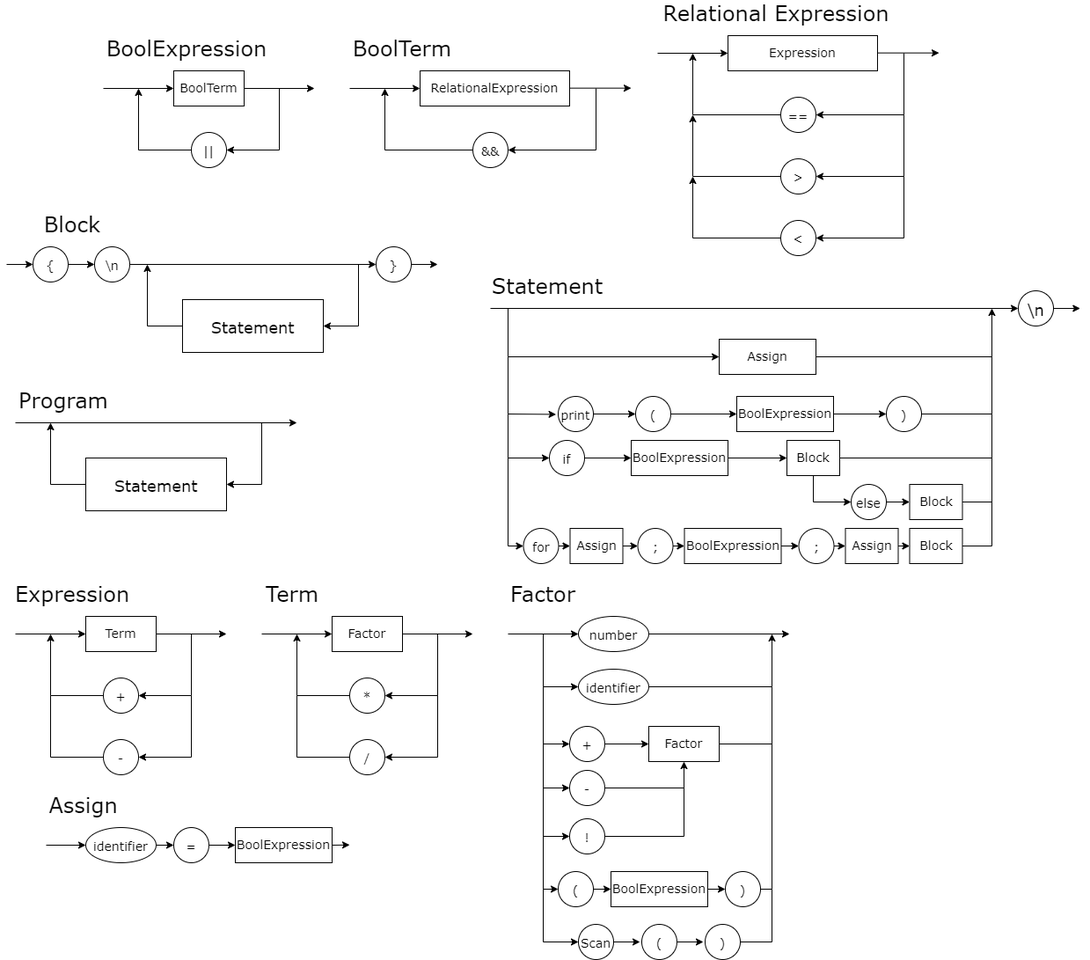
Before: img/diagramaSintatico.png, a diagram exported from draw.io (TiagoSeixas2103/LogicaComputacional). Source tidied: cells renumbered, new cells last; positions are measured from the earlier drawing's top-left corner, leaving out a move shared by most shapes.
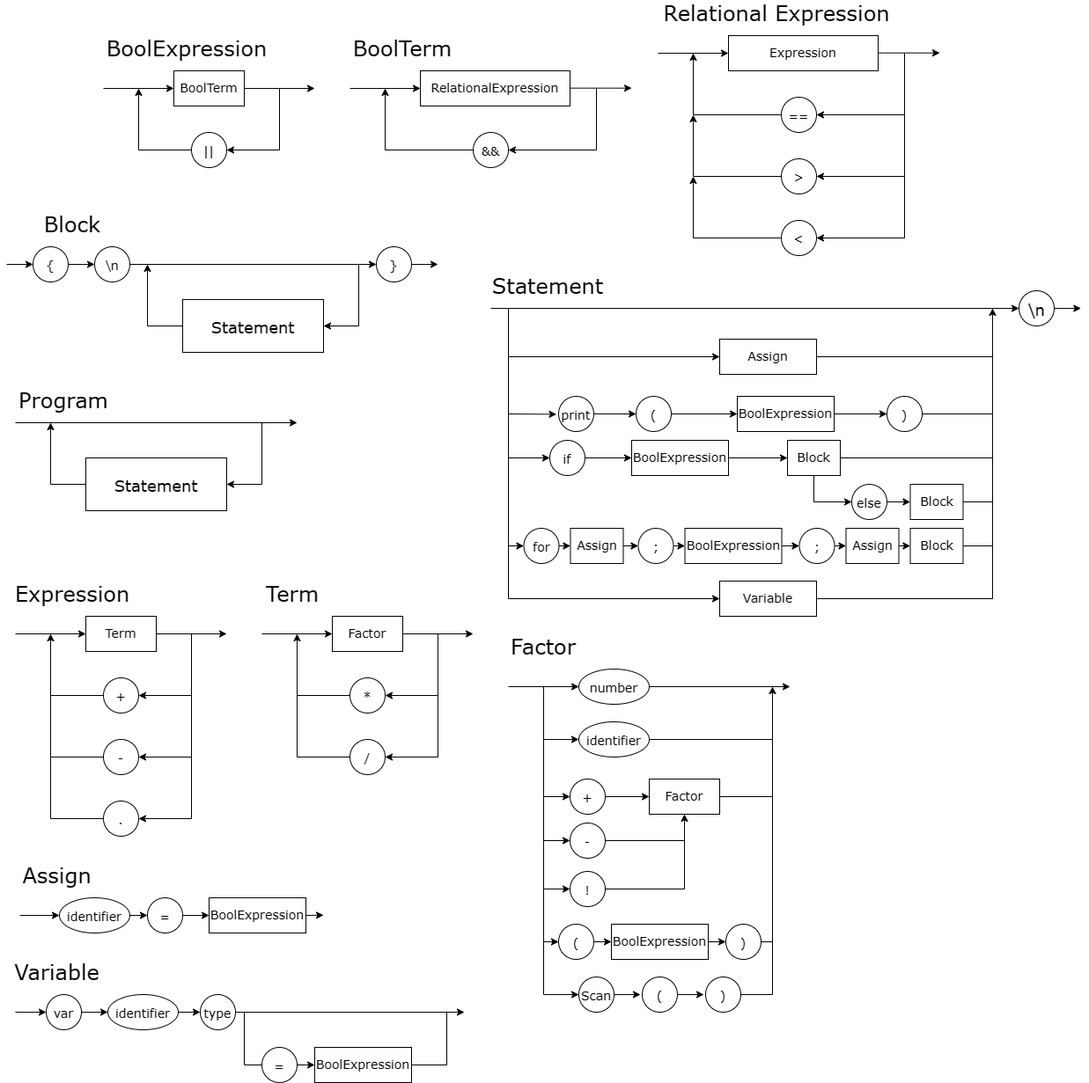
Later version of the same file.

The edit, as a diff of the source:
```diff
@@ -190,4 +190,4 @@
       <mxGeometry relative="1" as="geometry">
-        <mxPoint x="570" y="720" as="sourcePoint" />
-        <mxPoint x="650" y="720" as="targetPoint" />
+        <mxPoint x="570" y="780" as="sourcePoint" />
+        <mxPoint x="650" y="780" as="targetPoint" />
       </mxGeometry>
@@ -195,3 +195,3 @@
     <mxCell id="41" value="&lt;font style=&quot;font-size: 14px;&quot;&gt;number&lt;/font&gt;" style="ellipse;whiteSpace=wrap;html=1;fontFamily=Verdana;fontSize=18;" parent="1" vertex="1">
-      <mxGeometry x="650" y="700" width="80" height="40" as="geometry" />
+      <mxGeometry x="650" y="760" width="80" height="40" as="geometry" />
     </mxCell>
@@ -199,4 +199,4 @@
       <mxGeometry relative="1" as="geometry">
-        <mxPoint x="730" y="720" as="sourcePoint" />
-        <mxPoint x="890" y="720" as="targetPoint" />
+        <mxPoint x="730" y="780" as="sourcePoint" />
+        <mxPoint x="890" y="780" as="targetPoint" />
       </mxGeometry>
@@ -204,3 +204,3 @@
     <mxCell id="43" value="&lt;font style=&quot;font-size: 14px;&quot;&gt;identifier&lt;/font&gt;" style="ellipse;whiteSpace=wrap;html=1;fontFamily=Verdana;fontSize=18;" parent="1" vertex="1">
-      <mxGeometry x="650" y="760" width="80" height="40" as="geometry" />
+      <mxGeometry x="650" y="820" width="80" height="40" as="geometry" />
     </mxCell>
@@ -208,5 +208,5 @@
       <mxGeometry relative="1" as="geometry">
-        <mxPoint x="610" y="720" as="sourcePoint" />
+        <mxPoint x="610" y="780" as="sourcePoint" />
         <Array as="points">
-          <mxPoint x="610" y="780" />
+          <mxPoint x="610" y="840" />
         </Array>
@@ -216,5 +216,5 @@
       <mxGeometry relative="1" as="geometry">
-        <mxPoint x="870" y="720" as="targetPoint" />
+        <mxPoint x="870" y="780" as="targetPoint" />
         <Array as="points">
-          <mxPoint x="870" y="780" />
+          <mxPoint x="870" y="840" />
         </Array>
@@ -223,6 +223,6 @@
     <mxCell id="46" value="&lt;font face=&quot;Verdana&quot; style=&quot;font-size: 24px;&quot;&gt;Factor&lt;/font&gt;" style="text;html=1;strokeColor=none;fillColor=none;align=center;verticalAlign=middle;whiteSpace=wrap;rounded=0;" parent="1" vertex="1">
-      <mxGeometry x="570" y="660" width="80" height="30" as="geometry" />
+      <mxGeometry x="570" y="720" width="80" height="30" as="geometry" />
     </mxCell>
     <mxCell id="47" value="&lt;font style=&quot;font-size: 14px;&quot;&gt;+&lt;/font&gt;" style="ellipse;whiteSpace=wrap;html=1;fontFamily=Verdana;fontSize=18;" parent="1" vertex="1">
-      <mxGeometry x="640" y="825" width="40" height="40" as="geometry" />
+      <mxGeometry x="640" y="885" width="40" height="40" as="geometry" />
     </mxCell>
@@ -230,5 +230,5 @@
       <mxGeometry relative="1" as="geometry">
-        <mxPoint x="610" y="780" as="sourcePoint" />
+        <mxPoint x="610" y="840" as="sourcePoint" />
         <Array as="points">
-          <mxPoint x="610" y="845" />
+          <mxPoint x="610" y="905" />
         </Array>
@@ -237,3 +237,3 @@
     <mxCell id="49" value="&lt;font style=&quot;font-size: 14px;&quot;&gt;-&lt;/font&gt;" style="ellipse;whiteSpace=wrap;html=1;fontFamily=Verdana;fontSize=18;" parent="1" vertex="1">
-      <mxGeometry x="640" y="875" width="40" height="40" as="geometry" />
+      <mxGeometry x="640" y="935" width="40" height="40" as="geometry" />
     </mxCell>
@@ -241,5 +241,5 @@
       <mxGeometry relative="1" as="geometry">
-        <mxPoint x="610" y="840" as="sourcePoint" />
+        <mxPoint x="610" y="900" as="sourcePoint" />
         <Array as="points">
-          <mxPoint x="610" y="895" />
+          <mxPoint x="610" y="955" />
         </Array>
@@ -248,3 +248,3 @@
     <mxCell id="51" value="Factor" style="rounded=0;whiteSpace=wrap;html=1;fontFamily=Verdana;fontSize=14;" parent="1" vertex="1">
-      <mxGeometry x="730" y="825" width="80" height="40" as="geometry" />
+      <mxGeometry x="730" y="885" width="80" height="40" as="geometry" />
     </mxCell>
@@ -256,3 +256,3 @@
         <Array as="points">
-          <mxPoint x="770" y="895" />
+          <mxPoint x="770" y="955" />
         </Array>
@@ -262,5 +262,5 @@
       <mxGeometry relative="1" as="geometry">
-        <mxPoint x="870" y="780" as="targetPoint" />
+        <mxPoint x="870" y="840" as="targetPoint" />
         <Array as="points">
-          <mxPoint x="870" y="845" />
+          <mxPoint x="870" y="905" />
         </Array>
@@ -294,5 +294,5 @@
       <mxGeometry relative="1" as="geometry">
-        <mxPoint x="610" y="890" as="sourcePoint" />
+        <mxPoint x="610" y="950" as="sourcePoint" />
         <Array as="points">
-          <mxPoint x="610" y="1010" />
+          <mxPoint x="610" y="1070" />
         </Array>
@@ -301,6 +301,6 @@
     <mxCell id="59" value="&lt;font style=&quot;font-size: 14px;&quot;&gt;(&lt;/font&gt;" style="ellipse;whiteSpace=wrap;html=1;fontFamily=Verdana;fontSize=18;" parent="1" vertex="1">
-      <mxGeometry x="627" y="990" width="40" height="40" as="geometry" />
+      <mxGeometry x="627" y="1050" width="40" height="40" as="geometry" />
     </mxCell>
     <mxCell id="60" value="BoolExpression" style="rounded=0;whiteSpace=wrap;html=1;fontFamily=Verdana;fontSize=14;" parent="1" vertex="1">
-      <mxGeometry x="687" y="990" width="110" height="40" as="geometry" />
+      <mxGeometry x="687" y="1050" width="110" height="40" as="geometry" />
     </mxCell>
@@ -310,3 +310,3 @@
     <mxCell id="62" value="&lt;font style=&quot;font-size: 14px;&quot;&gt;)&lt;/font&gt;" style="ellipse;whiteSpace=wrap;html=1;fontFamily=Verdana;fontSize=18;" parent="1" vertex="1">
-      <mxGeometry x="817" y="990" width="40" height="40" as="geometry" />
+      <mxGeometry x="817" y="1050" width="40" height="40" as="geometry" />
     </mxCell>
@@ -317,5 +317,5 @@
       <mxGeometry relative="1" as="geometry">
-        <mxPoint x="870" y="840" as="targetPoint" />
+        <mxPoint x="870" y="900" as="targetPoint" />
         <Array as="points">
-          <mxPoint x="870" y="1010" />
+          <mxPoint x="870" y="1070" />
         </Array>
@@ -521,3 +521,3 @@
     <mxCell id="103" value="&lt;font style=&quot;font-size: 14px;&quot;&gt;!&lt;/font&gt;" style="ellipse;whiteSpace=wrap;html=1;fontFamily=Verdana;fontSize=18;" parent="1" vertex="1">
-      <mxGeometry x="640" y="930" width="40" height="40" as="geometry" />
+      <mxGeometry x="640" y="990" width="40" height="40" as="geometry" />
     </mxCell>
@@ -525,3 +525,3 @@
       <mxGeometry relative="1" as="geometry">
-        <mxPoint x="610" y="950" as="sourcePoint" />
+        <mxPoint x="610" y="1010" as="sourcePoint" />
       </mxGeometry>
@@ -530,5 +530,5 @@
       <mxGeometry relative="1" as="geometry">
-        <mxPoint x="770" y="890" as="targetPoint" />
+        <mxPoint x="770" y="950" as="targetPoint" />
         <Array as="points">
-          <mxPoint x="770" y="950" />
+          <mxPoint x="770" y="1010" />
         </Array>
@@ -538,6 +538,6 @@
       <mxGeometry relative="1" as="geometry">
-        <mxPoint x="610" y="1010" as="sourcePoint" />
-        <mxPoint x="650" y="1070" as="targetPoint" />
+        <mxPoint x="610" y="1070" as="sourcePoint" />
+        <mxPoint x="650" y="1130" as="targetPoint" />
         <Array as="points">
-          <mxPoint x="610" y="1070" />
+          <mxPoint x="610" y="1130" />
         </Array>
@@ -546,3 +546,3 @@
     <mxCell id="107" value="&lt;font style=&quot;font-size: 14px;&quot;&gt;Scan&lt;/font&gt;" style="ellipse;whiteSpace=wrap;html=1;fontFamily=Verdana;fontSize=18;" parent="1" vertex="1">
-      <mxGeometry x="650" y="1050" width="40" height="40" as="geometry" />
+      <mxGeometry x="650" y="1110" width="40" height="40" as="geometry" />
     </mxCell>
@@ -550,3 +550,3 @@
       <mxGeometry relative="1" as="geometry">
-        <mxPoint x="720" y="1070" as="targetPoint" />
+        <mxPoint x="720" y="1130" as="targetPoint" />
       </mxGeometry>
@@ -554,3 +554,3 @@
     <mxCell id="109" value="&lt;font style=&quot;font-size: 14px;&quot;&gt;(&lt;/font&gt;" style="ellipse;whiteSpace=wrap;html=1;fontFamily=Verdana;fontSize=18;" parent="1" vertex="1">
-      <mxGeometry x="722" y="1050" width="40" height="40" as="geometry" />
+      <mxGeometry x="722" y="1110" width="40" height="40" as="geometry" />
     </mxCell>
@@ -558,4 +558,4 @@
       <mxGeometry relative="1" as="geometry">
-        <mxPoint x="762" y="1070" as="sourcePoint" />
-        <mxPoint x="792" y="1070" as="targetPoint" />
+        <mxPoint x="762" y="1130" as="sourcePoint" />
+        <mxPoint x="792" y="1130" as="targetPoint" />
       </mxGeometry>
@@ -563,3 +563,3 @@
     <mxCell id="111" value="&lt;font style=&quot;font-size: 14px;&quot;&gt;)&lt;/font&gt;" style="ellipse;whiteSpace=wrap;html=1;fontFamily=Verdana;fontSize=18;" parent="1" vertex="1">
-      <mxGeometry x="794" y="1050" width="40" height="40" as="geometry" />
+      <mxGeometry x="794" y="1110" width="40" height="40" as="geometry" />
     </mxCell>
@@ -567,5 +567,5 @@
       <mxGeometry relative="1" as="geometry">
-        <mxPoint x="870" y="1010" as="targetPoint" />
+        <mxPoint x="870" y="1070" as="targetPoint" />
         <Array as="points">
-          <mxPoint x="870" y="1070" />
+          <mxPoint x="870" y="1130" />
         </Array>
@@ -598,3 +598,3 @@
       <mxGeometry relative="1" as="geometry">
-        <mxPoint x="45" y="960" as="sourcePoint" />
+        <mxPoint x="15" y="1040" as="sourcePoint" />
       </mxGeometry>
@@ -603,3 +603,3 @@
       <mxGeometry relative="1" as="geometry">
-        <mxPoint x="390" y="959.8" as="targetPoint" />
+        <mxPoint x="360" y="1039.8" as="targetPoint" />
       </mxGeometry>
@@ -607,6 +607,6 @@
     <mxCell id="121" value="&lt;font face=&quot;Verdana&quot; style=&quot;font-size: 24px;&quot;&gt;Assign&lt;/font&gt;" style="text;html=1;strokeColor=none;fillColor=none;align=center;verticalAlign=middle;whiteSpace=wrap;rounded=0;" parent="1" vertex="1">
-      <mxGeometry x="45" y="900" width="85" height="30" as="geometry" />
+      <mxGeometry x="15" y="980" width="85" height="30" as="geometry" />
     </mxCell>
     <mxCell id="122" value="&lt;font style=&quot;font-size: 14px;&quot;&gt;identifier&lt;/font&gt;" style="ellipse;whiteSpace=wrap;html=1;fontFamily=Verdana;fontSize=18;" parent="1" vertex="1">
-      <mxGeometry x="90" y="940" width="80" height="40" as="geometry" />
+      <mxGeometry x="60" y="1020" width="80" height="40" as="geometry" />
     </mxCell>
@@ -616,3 +616,3 @@
     <mxCell id="124" value="&lt;font style=&quot;font-size: 14px;&quot;&gt;=&lt;/font&gt;" style="ellipse;whiteSpace=wrap;html=1;fontFamily=Verdana;fontSize=18;" parent="1" vertex="1">
-      <mxGeometry x="190" y="940" width="40" height="40" as="geometry" />
+      <mxGeometry x="160" y="1020" width="40" height="40" as="geometry" />
     </mxCell>
@@ -620,3 +620,3 @@
       <mxGeometry relative="1" as="geometry">
-        <mxPoint x="295" y="959.7" as="sourcePoint" />
+        <mxPoint x="265" y="1039.7" as="sourcePoint" />
       </mxGeometry>
@@ -624,3 +624,3 @@
     <mxCell id="126" value="BoolExpression" style="rounded=0;whiteSpace=wrap;html=1;fontFamily=Verdana;fontSize=14;" parent="1" vertex="1">
-      <mxGeometry x="260" y="940" width="110" height="40" as="geometry" />
+      <mxGeometry x="230" y="1020" width="110" height="40" as="geometry" />
     </mxCell>
@@ -719,2 +719,98 @@
     </mxCell>
+    <mxCell id="149" value="&lt;font style=&quot;font-size: 14px;&quot;&gt;.&lt;/font&gt;" style="ellipse;whiteSpace=wrap;html=1;fontFamily=Verdana;fontSize=18;" parent="1" vertex="1">
+      <mxGeometry x="110" y="910" width="40" height="40" as="geometry" />
+    </mxCell>
+    <mxCell id="150" style="endArrow=classic;html=1;rounded=0;entryX=1;entryY=0.5;entryDx=0;entryDy=0;" parent="1" edge="1" target="149">
+      <mxGeometry relative="1" as="geometry">
+        <mxPoint x="210" y="860" as="sourcePoint" />
+        <Array as="points">
+          <mxPoint x="210" y="930" />
+        </Array>
+      </mxGeometry>
+    </mxCell>
+    <mxCell id="151" style="endArrow=none;html=1;rounded=0;entryX=0;entryY=0.5;entryDx=0;entryDy=0;" parent="1" edge="1" target="149">
+      <mxGeometry relative="1" as="geometry">
+        <mxPoint x="50" y="860" as="sourcePoint" />
+        <Array as="points">
+          <mxPoint x="50" y="930" />
+        </Array>
+      </mxGeometry>
+    </mxCell>
+    <mxCell id="152" style="endArrow=classic;html=1;rounded=0;fontFamily=Verdana;fontSize=18;entryX=0;entryY=0.5;entryDx=0;entryDy=0;" parent="1" edge="1" target="153">
+      <mxGeometry relative="1" as="geometry">
+        <mxPoint x="570" y="610" as="sourcePoint" />
+        <Array as="points">
+          <mxPoint x="570" y="680" />
+        </Array>
+      </mxGeometry>
+    </mxCell>
+    <mxCell id="153" value="Variable" style="rounded=0;whiteSpace=wrap;html=1;fontFamily=Verdana;fontSize=14;" parent="1" vertex="1">
+      <mxGeometry x="810" y="660" width="110" height="40" as="geometry" />
+    </mxCell>
+    <mxCell id="154" style="endArrow=none;html=1;rounded=0;exitX=1;exitY=0.5;exitDx=0;exitDy=0;" parent="1" edge="1" source="153">
+      <mxGeometry relative="1" as="geometry">
+        <mxPoint x="1120" y="620" as="targetPoint" />
+        <Array as="points">
+          <mxPoint x="1120" y="680" />
+        </Array>
+      </mxGeometry>
+    </mxCell>
+    <mxCell id="155" style="endArrow=classic;html=1;rounded=0;fontFamily=Verdana;fontSize=14;entryX=0;entryY=0.5;entryDx=0;entryDy=0;exitX=1;exitY=0.5;exitDx=0;exitDy=0;" parent="1" edge="1" source="163" target="157">
+      <mxGeometry relative="1" as="geometry" />
+    </mxCell>
+    <mxCell id="156" value="&lt;font face=&quot;Verdana&quot; style=&quot;font-size: 24px;&quot;&gt;Variable&lt;/font&gt;" style="text;html=1;strokeColor=none;fillColor=none;align=center;verticalAlign=middle;whiteSpace=wrap;rounded=0;" parent="1" vertex="1">
+      <mxGeometry x="15" y="1090" width="85" height="30" as="geometry" />
+    </mxCell>
+    <mxCell id="157" value="&lt;font style=&quot;font-size: 14px;&quot;&gt;identifier&lt;/font&gt;" style="ellipse;whiteSpace=wrap;html=1;fontFamily=Verdana;fontSize=18;" parent="1" vertex="1">
+      <mxGeometry x="115" y="1130" width="80" height="40" as="geometry" />
+    </mxCell>
+    <mxCell id="158" value="&lt;font style=&quot;font-size: 14px;&quot;&gt;=&lt;/font&gt;" style="ellipse;whiteSpace=wrap;html=1;fontFamily=Verdana;fontSize=18;" parent="1" vertex="1">
+      <mxGeometry x="290" y="1190" width="40" height="40" as="geometry" />
+    </mxCell>
+    <mxCell id="159" style="endArrow=classic;html=1;rounded=0;fontFamily=Verdana;fontSize=14;exitX=1;exitY=0.5;exitDx=0;exitDy=0;" parent="1" edge="1" target="160">
+      <mxGeometry relative="1" as="geometry">
+        <mxPoint x="385" y="1209.7" as="sourcePoint" />
+      </mxGeometry>
+    </mxCell>
+    <mxCell id="160" value="BoolExpression" style="rounded=0;whiteSpace=wrap;html=1;fontFamily=Verdana;fontSize=14;" parent="1" vertex="1">
+      <mxGeometry x="350" y="1190" width="110" height="40" as="geometry" />
+    </mxCell>
+    <mxCell id="161" style="endArrow=classic;html=1;rounded=0;fontFamily=Verdana;fontSize=14;exitX=1;exitY=0.5;exitDx=0;exitDy=0;entryX=0;entryY=0.5;entryDx=0;entryDy=0;" parent="1" edge="1" source="158" target="160">
+      <mxGeometry relative="1" as="geometry" />
+    </mxCell>
+    <mxCell id="162" style="endArrow=classic;html=1;rounded=0;entryX=0;entryY=0.5;entryDx=0;entryDy=0;exitX=1;exitY=0.5;exitDx=0;exitDy=0;" parent="1" edge="1" target="163">
+      <mxGeometry relative="1" as="geometry">
+        <mxPoint x="10" y="1150" as="sourcePoint" />
+      </mxGeometry>
+    </mxCell>
+    <mxCell id="163" value="&lt;font style=&quot;font-size: 14px;&quot;&gt;var&lt;/font&gt;" style="ellipse;whiteSpace=wrap;html=1;fontFamily=Verdana;fontSize=18;" parent="1" vertex="1">
+      <mxGeometry x="45" y="1130" width="40" height="40" as="geometry" />
+    </mxCell>
+    <mxCell id="164" style="endArrow=classic;html=1;rounded=0;entryX=0;entryY=0.5;entryDx=0;entryDy=0;exitX=1;exitY=0.5;exitDx=0;exitDy=0;" parent="1" edge="1" source="157" target="165">
+      <mxGeometry relative="1" as="geometry" />
+    </mxCell>
+    <mxCell id="165" value="&lt;font style=&quot;font-size: 14px;&quot;&gt;type&lt;/font&gt;" style="ellipse;whiteSpace=wrap;html=1;fontFamily=Verdana;fontSize=18;" parent="1" vertex="1">
+      <mxGeometry x="220" y="1130" width="40" height="40" as="geometry" />
+    </mxCell>
+    <mxCell id="166" style="endArrow=classic;html=1;rounded=0;exitX=1;exitY=0.5;exitDx=0;exitDy=0;" parent="1" edge="1" source="165">
+      <mxGeometry relative="1" as="geometry">
+        <mxPoint x="520" y="1150" as="targetPoint" />
+      </mxGeometry>
+    </mxCell>
+    <mxCell id="167" style="endArrow=none;html=1;rounded=0;entryX=0;entryY=0.5;entryDx=0;entryDy=0;" parent="1" edge="1" target="158">
+      <mxGeometry relative="1" as="geometry">
+        <mxPoint x="270" y="1150" as="sourcePoint" />
+        <Array as="points">
+          <mxPoint x="270" y="1210" />
+        </Array>
+      </mxGeometry>
+    </mxCell>
+    <mxCell id="168" style="endArrow=none;html=1;rounded=0;exitX=1;exitY=0.5;exitDx=0;exitDy=0;" parent="1" edge="1" source="160">
+      <mxGeometry relative="1" as="geometry">
+        <mxPoint x="500" y="1150" as="targetPoint" />
+        <Array as="points">
+          <mxPoint x="500" y="1210" />
+        </Array>
+      </mxGeometry>
+    </mxCell>
   </root>
```
